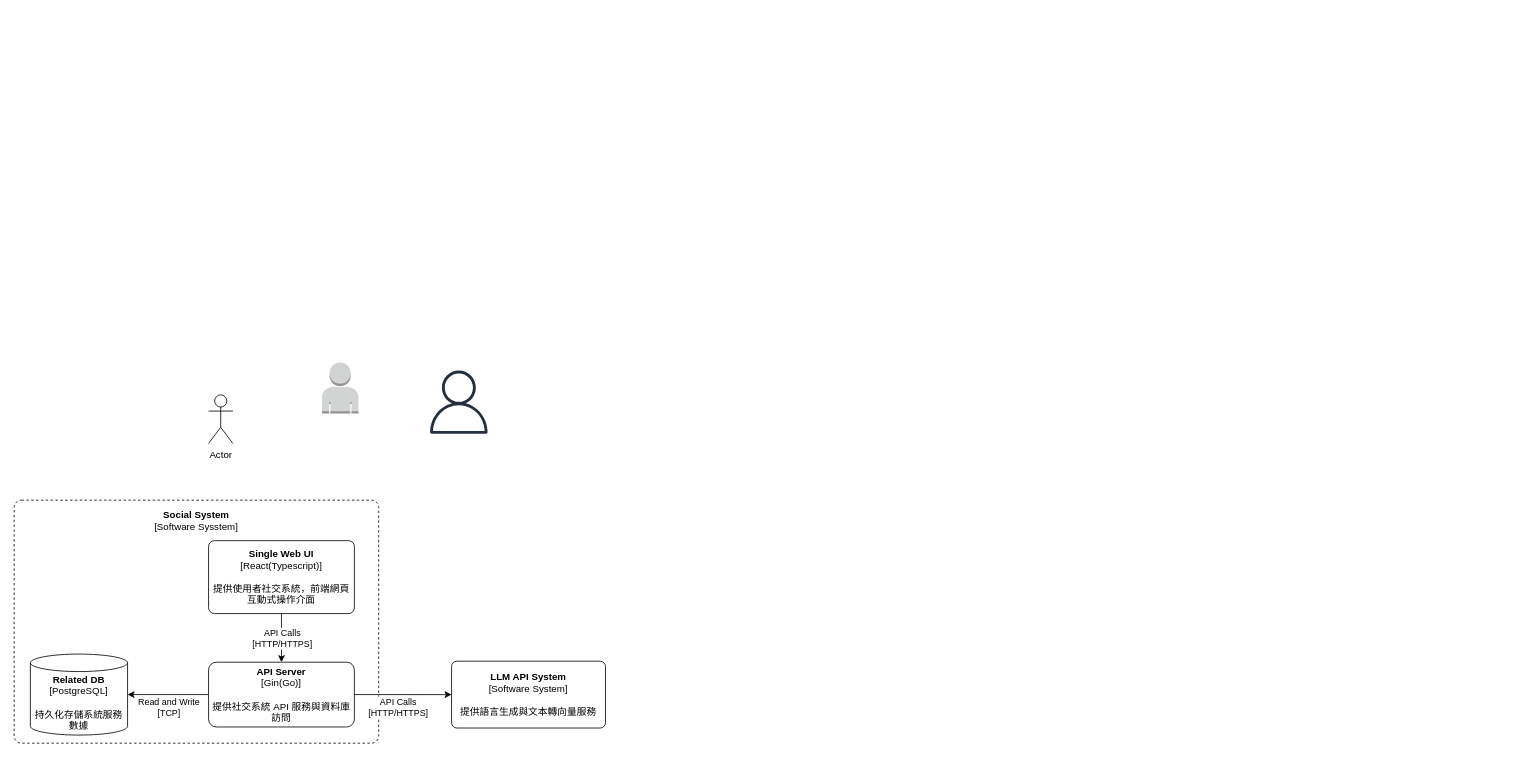
Before: page "Page-1" (2 of 2) of backend/docs/diagram/diagram.drawio in alsk1369854/social-app, a draw.io diagram. Source tidied: cells renumbered, new cells numbered last; positions are measured from the earlier drawing's top-left corner, leaving out a move shared by most shapes. Both pictures are drawn from the tidied source at 81%, with x=0, y=0 at pixel (14, 362).
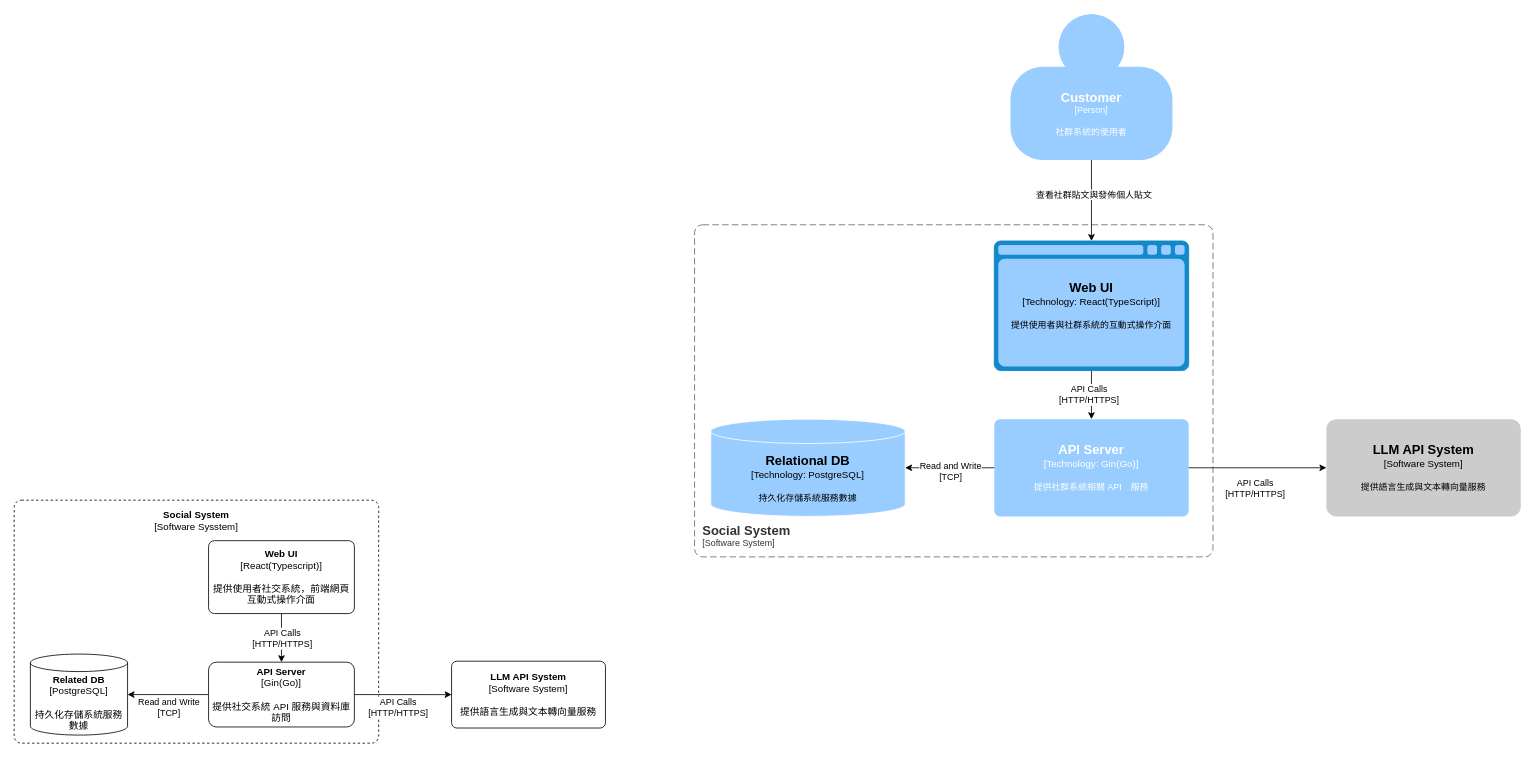
After the change.

Change to the diagram source:
```diff
@@
-    <mxCell id="2" value="Actor" style="shape=umlActor;verticalLabelPosition=bottom;verticalAlign=top;html=1;" parent="1" vertex="1">
-      <mxGeometry x="240" y="40" width="30" height="60" as="geometry" />
-    </mxCell>
-    <mxCell id="3" style="dashed=0;verticalLabelPosition=bottom;verticalAlign=top;align=center;html=1;shape=mxgraph.aws3.user;fillColor=#D2D3D3;gradientColor=none;" parent="1" vertex="1">
-      <mxGeometry x="380" width="45" height="63" as="geometry" />
-    </mxCell>
-    <mxCell id="4" style="sketch=0;fontColor=#232F3E;gradientColor=none;fillColor=#232F3D;strokeColor=none;dashed=0;verticalLabelPosition=bottom;verticalAlign=top;align=center;html=1;fontSize=12;fontStyle=0;shape=mxgraph.aws4.user;" parent="1" vertex="1">
-      <mxGeometry x="510" y="10" width="78" height="78" as="geometry" />
-    </mxCell>
@@
-    <mxCell id="8" value="&lt;b&gt;Single Web UI&lt;/b&gt;&lt;div&gt;[React(Typescript)]&lt;br&gt;&lt;br&gt;&lt;/div&gt;&lt;div&gt;提供使用者社交系統，前端網頁互動式操作介面&lt;/div&gt;" style="rounded=1;whiteSpace=wrap;html=1;arcSize=8;" parent="1" vertex="1">
+    <mxCell id="8" value="&lt;b&gt;Web UI&lt;/b&gt;&lt;div&gt;[React(Typescript)]&lt;br&gt;&lt;br&gt;&lt;/div&gt;&lt;div&gt;提供使用者社交系統，前端網頁互動式操作介面&lt;/div&gt;" style="rounded=1;whiteSpace=wrap;html=1;arcSize=8;" parent="1" vertex="1">
       <mxGeometry x="240" y="220" width="180" height="90" as="geometry" />
     </mxCell>
@@
+    <object id="17" label="&lt;font style=&quot;font-size: 16px&quot;&gt;&lt;b&gt;&lt;div style=&quot;text-align: left&quot;&gt;%c4Name%&lt;/div&gt;&lt;/b&gt;&lt;/font&gt;&lt;div style=&quot;text-align: left&quot;&gt;[%c4Application%]&lt;/div&gt;" c4Application="Software System" c4Name="Social System" placeholders="1">
+      <mxCell style="rounded=1;fontSize=11;whiteSpace=wrap;html=1;dashed=1;arcSize=20;fillColor=none;strokeColor=#666666;fontColor=#333333;labelBackgroundColor=none;align=left;verticalAlign=bottom;labelBorderColor=none;spacingTop=0;spacing=10;dashPattern=8 4;perimeter=rectanglePerimeter;noLabel=0;labelPadding=0;absoluteArcSize=1;" parent="1" vertex="1">
+        <mxGeometry x="840" y="-170" width="640" height="410" as="geometry" />
+      </mxCell>
+    </object>
+    <mxCell id="18" style="edgeStyle=none;html=1;" parent="1" edge="1" source="20" target="22">
+      <mxGeometry relative="1" as="geometry" />
+    </mxCell>
+    <mxCell id="19" value="&lt;div&gt;API Calls&lt;/div&gt;&lt;span style=&quot;color: rgb(0, 0, 0);&quot;&gt;[HTTP/HTTPS]&lt;/span&gt;" style="edgeLabel;html=1;align=center;verticalAlign=middle;" parent="18" vertex="1">
+      <mxGeometry x="-0.04" y="-4" relative="1" as="geometry" />
+    </mxCell>
+    <object id="20" label="&lt;font style=&quot;font-size: 16px&quot;&gt;&lt;b&gt;%c4Name%&lt;/b&gt;&lt;/font&gt;&lt;div&gt;[%c4Type%:&amp;nbsp;%c4Technology%]&lt;/div&gt;&lt;br&gt;&lt;div&gt;&lt;font style=&quot;font-size: 11px&quot;&gt;&lt;font&gt;%c4Description%&lt;/font&gt;&lt;/font&gt;&lt;/div&gt;" c4Description="提供使用者與社群系統的互動式操作介面" c4Name="Web UI" c4Technology="React(TypeScript)" c4Type="Technology" placeholders="1">
+      <mxCell style="shape=mxgraph.c4.webBrowserContainer2;whiteSpace=wrap;html=1;boundedLbl=1;rounded=0;labelBackgroundColor=none;strokeColor=#FFFFFF;fillColor=light-dark(#99CCFF,#CCE5FF);strokeColor=#118ACD;strokeColor2=#0E7DAD;fontSize=12;fontColor=default;align=center;points=[[0.5,0,0],[1,0.25,0],[1,0.5,0],[1,0.75,0],[0.5,1,0],[0,0.75,0],[0,0.5,0],[0,0.25,0]];" parent="1" vertex="1">
+        <mxGeometry x="1210" y="-150" width="240" height="160" as="geometry" />
+      </mxCell>
+    </object>
+    <object id="21" label="&lt;font style=&quot;font-size: 16px&quot;&gt;&lt;b&gt;%c4Name%&lt;/b&gt;&lt;/font&gt;&lt;div&gt;[%c4Type%]&lt;/div&gt;&lt;br&gt;&lt;div&gt;&lt;font style=&quot;font-size: 11px&quot;&gt;&lt;font&gt;%c4Description%&lt;/font&gt;&lt;/font&gt;&lt;/div&gt;" c4Description="社群系統的使用者" c4Name="Customer" c4Type="Person" placeholders="1">
+      <mxCell style="html=1;fontSize=11;dashed=0;whiteSpace=wrap;fillColor=light-dark(#99CCFF,#FFFFFF);strokeColor=none;fontColor=#FFFFFF;shape=mxgraph.c4.person2;align=center;points=[[0.5,0,0],[1,0.5,0],[1,0.75,0],[0.75,1,0],[0.5,1,0],[0.25,1,0],[0,0.75,0],[0,0.5,0]];labelBorderColor=none;textShadow=0;labelBackgroundColor=none;" parent="1" vertex="1">
+        <mxGeometry x="1230" y="-430" width="200" height="180" as="geometry" />
+      </mxCell>
+    </object>
+    <object id="22" label="&lt;font style=&quot;font-size: 16px&quot;&gt;&lt;b&gt;%c4Name%&lt;/b&gt;&lt;/font&gt;&lt;div&gt;[%c4Type%: %c4Technology%]&lt;/div&gt;&lt;br&gt;&lt;div&gt;&lt;font style=&quot;font-size: 11px&quot;&gt;%c4Description%&lt;/font&gt;&lt;/div&gt;" c4Description="提供社群系統相關 API　服務" c4Name="API Server" c4Technology="Gin(Go)" c4Type="Technology" placeholders="1">
+      <mxCell style="rounded=1;whiteSpace=wrap;html=1;labelBackgroundColor=none;fillColor=#99CCFF;fontColor=#ffffff;align=center;arcSize=6;strokeColor=none;points=[[0.25,0,0],[0.5,0,0],[0.75,0,0],[1,0.25,0],[1,0.5,0],[1,0.75,0],[0.75,1,0],[0.5,1,0],[0.25,1,0],[0,0.75,0],[0,0.5,0],[0,0.25,0]];" parent="1" vertex="1">
+        <mxGeometry x="1210" y="70" width="240" height="120" as="geometry" />
+      </mxCell>
+    </object>
+    <object id="23" label="&lt;font style=&quot;font-size: 16px&quot;&gt;&lt;b&gt;%c4Name%&lt;/b&gt;&lt;/font&gt;&lt;div&gt;[%c4Type%:&amp;nbsp;%c4Technology%]&lt;/div&gt;&lt;br&gt;&lt;div&gt;&lt;font style=&quot;font-size: 11px&quot;&gt;&lt;font&gt;%c4Description%&lt;/font&gt;&lt;/font&gt;&lt;/div&gt;" c4Description="持久化存儲系統服務數據" c4Name="Relational DB" c4Technology="PostgreSQL" c4Type="Technology" placeholders="1">
+      <mxCell style="shape=cylinder3;size=15;whiteSpace=wrap;html=1;boundedLbl=1;rounded=0;labelBackgroundColor=none;fillColor=#99CCFF;fontSize=12;fontColor=default;align=center;strokeColor=#FFFFFF;points=[[0.5,0,0],[1,0.25,0],[1,0.5,0],[1,0.75,0],[0.5,1,0],[0,0.75,0],[0,0.5,0],[0,0.25,0]];" parent="1" vertex="1">
+        <mxGeometry x="860" y="70" width="240" height="120" as="geometry" />
+      </mxCell>
+    </object>
+    <object id="24" label="&lt;font style=&quot;font-size: 16px&quot;&gt;&lt;b&gt;%c4Name%&lt;/b&gt;&lt;/font&gt;&lt;div&gt;[%c4Type%]&lt;/div&gt;&lt;br&gt;&lt;div&gt;&lt;font style=&quot;font-size: 11px&quot;&gt;&lt;font&gt;%c4Description%&lt;/font&gt;&lt;/font&gt;&lt;/div&gt;" c4Description="提供語言生成與文本轉向量服務" c4Name="LLM API System" c4Type="Software System" placeholders="1">
+      <mxCell style="rounded=1;whiteSpace=wrap;html=1;labelBackgroundColor=none;fillColor=#CCCCCC;fontColor=default;align=center;arcSize=10;strokeColor=none;points=[[0.25,0,0],[0.5,0,0],[0.75,0,0],[1,0.25,0],[1,0.5,0],[1,0.75,0],[0.75,1,0],[0.5,1,0],[0.25,1,0],[0,0.75,0],[0,0.5,0],[0,0.25,0]];" parent="1" vertex="1">
+        <mxGeometry x="1620" y="70" width="240" height="120" as="geometry" />
+      </mxCell>
+    </object>
+    <mxCell id="25" style="edgeStyle=none;html=1;entryX=0;entryY=0.5;entryDx=0;entryDy=0;entryPerimeter=0;" parent="1" edge="1" source="22" target="24">
+      <mxGeometry relative="1" as="geometry" />
+    </mxCell>
+    <mxCell id="26" value="&lt;div&gt;API Calls&lt;/div&gt;&lt;span style=&quot;color: rgb(0, 0, 0);&quot;&gt;[HTTP/HTTPS]&lt;/span&gt;" style="edgeLabel;html=1;align=center;verticalAlign=middle;" parent="25" vertex="1">
+      <mxGeometry x="-0.26" y="-2" relative="1" as="geometry">
+        <mxPoint x="18" y="23" as="offset" />
+      </mxGeometry>
+    </mxCell>
+    <mxCell id="27" style="edgeStyle=none;html=1;entryX=1;entryY=0.5;entryDx=0;entryDy=0;entryPerimeter=0;" parent="1" edge="1" source="22" target="23">
+      <mxGeometry relative="1" as="geometry" />
+    </mxCell>
+    <mxCell id="28" value="&lt;div&gt;Read and Write&lt;/div&gt;&lt;span style=&quot;color: rgb(0, 0, 0);&quot;&gt;[TCP]&lt;/span&gt;" style="edgeLabel;html=1;align=center;verticalAlign=middle;" parent="27" vertex="1">
+      <mxGeometry x="-0.02" y="4" relative="1" as="geometry">
+        <mxPoint x="-1" as="offset" />
+      </mxGeometry>
+    </mxCell>
+    <mxCell id="29" style="edgeStyle=none;html=1;entryX=0.5;entryY=0;entryDx=0;entryDy=0;entryPerimeter=0;" parent="1" edge="1" source="21" target="20">
+      <mxGeometry relative="1" as="geometry" />
+    </mxCell>
+    <mxCell id="30" value="查看社群貼文與發佈個人貼文" style="edgeLabel;html=1;align=center;verticalAlign=middle;" parent="29" vertex="1">
+      <mxGeometry x="-0.14" y="2" relative="1" as="geometry">
+        <mxPoint y="-1" as="offset" />
+      </mxGeometry>
+    </mxCell>
```
